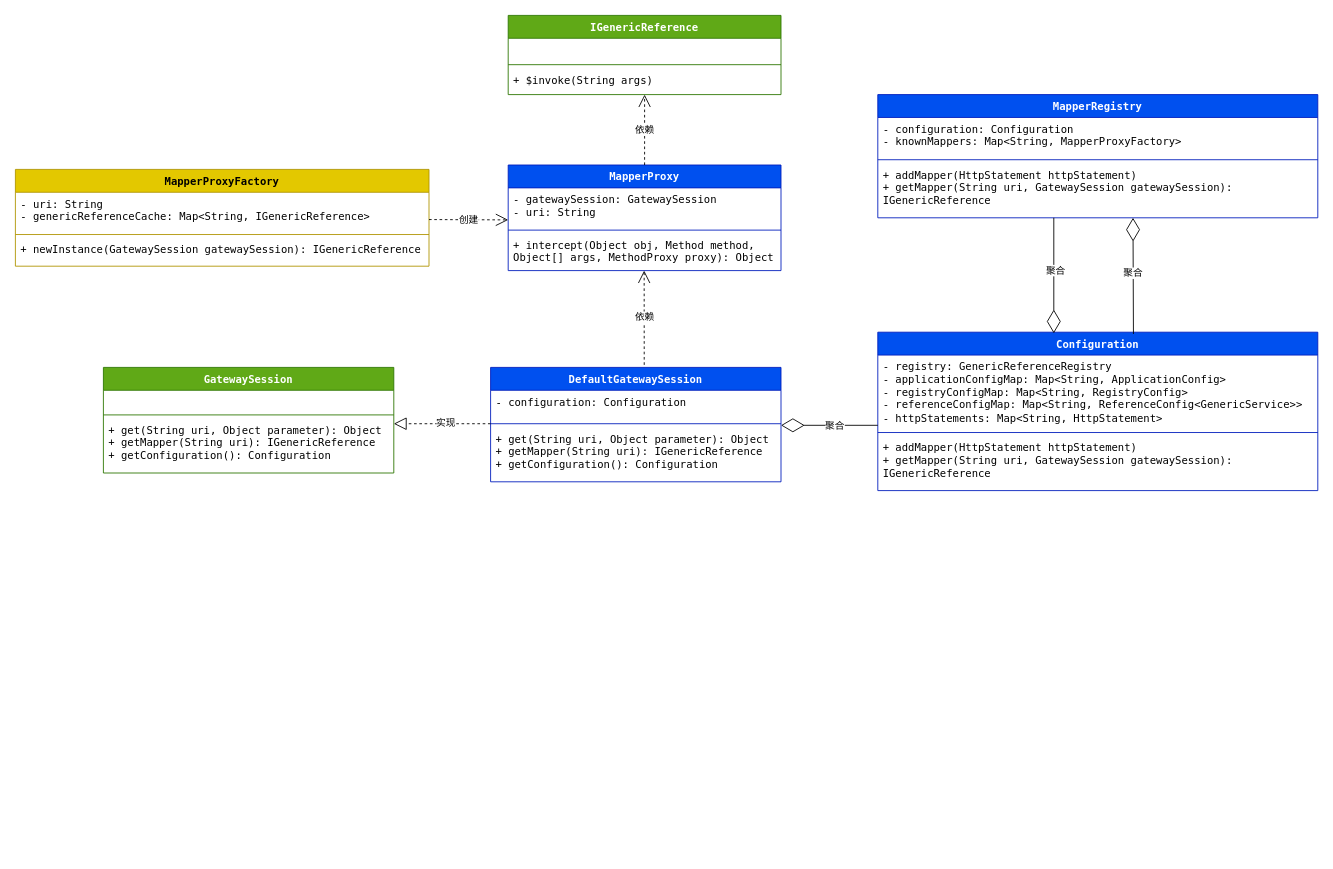
xqxls/UML keeps this draw.io diagram as api-gateway/分支处理会话流程.drawio. Above is the earlier version. Source tidied: cells renumbered, new cells numbered last; positions are measured from the earlier drawing's top-left corner, leaving out a move shared by most shapes. Both pictures are drawn from the tidied source at 88%, with x=0, y=0 at pixel (15, 15).
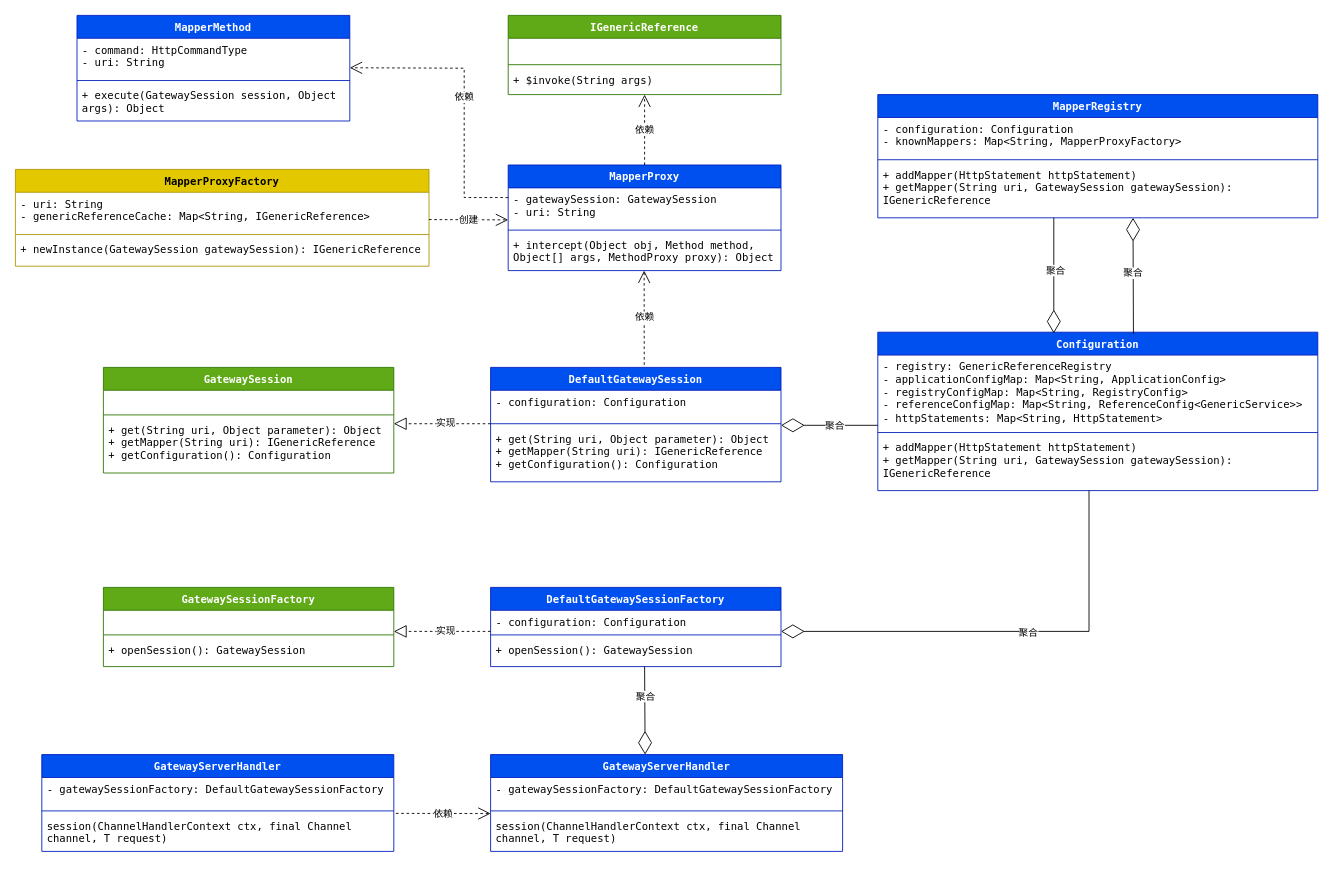
The same page after the edit.

Commit message:
更新分支处理会话流程.drawio

Unchanged cells that the change refers to:
```xml
<mxCell id="21" value="&lt;font face=&quot;Lucida Console&quot;&gt;+ addMapper(HttpStatement httpStatement)&lt;br&gt;+ getMapper(String uri, GatewaySession gatewaySession): IGenericReference&lt;/font&gt;" style="text;strokeColor=none;fillColor=none;align=left;verticalAlign=top;spacingLeft=4;spacingRight=4;overflow=hidden;points=[[0,0.5],[1,0.5]];portConstraint=eastwest;whiteSpace=wrap;html=1;" parent="18" vertex="1">
  <mxGeometry y="118" width="500" height="62" as="geometry" />
</mxCell>
```

Diff of the diagram source:
```diff
@@
+    <mxCell id="41" value="&lt;font face=&quot;Lucida Console&quot;&gt;GatewaySessionFactory&lt;/font&gt;" style="swimlane;fontStyle=1;align=center;verticalAlign=top;horizontal=1;startSize=26;whiteSpace=wrap;html=1;fillColor=#60a917;strokeColor=#2D7600;fontColor=#ffffff;" parent="1" vertex="1">
+      <mxGeometry x="100" y="650" width="330" height="90" as="geometry" />
+    </mxCell>
+    <mxCell id="42" value="&lt;font face=&quot;Lucida Console&quot;&gt;&amp;nbsp;&lt;/font&gt;" style="text;strokeColor=none;fillColor=none;align=left;verticalAlign=top;spacingLeft=4;spacingRight=4;overflow=hidden;whiteSpace=wrap;html=1;" parent="41" vertex="1">
+      <mxGeometry y="26" width="330" height="24" as="geometry" />
+    </mxCell>
+    <mxCell id="43" style="line;strokeWidth=1;fillColor=none;align=left;verticalAlign=middle;spacingTop=-1;spacingLeft=3;spacingRight=3;labelPosition=right;strokeColor=inherit;" parent="41" vertex="1">
+      <mxGeometry y="50" width="330" height="8" as="geometry" />
+    </mxCell>
+    <mxCell id="44" value="&lt;div&gt;&lt;font face=&quot;Lucida Console&quot;&gt;+&amp;nbsp;&lt;/font&gt;&lt;span style=&quot;background-color: initial;&quot;&gt;&lt;font face=&quot;Lucida Console&quot;&gt;openSession():&amp;nbsp;&lt;/font&gt;&lt;/span&gt;&lt;span style=&quot;background-color: initial;&quot;&gt;&lt;font face=&quot;Lucida Console&quot;&gt;GatewaySession&lt;/font&gt;&lt;/span&gt;&lt;span style=&quot;font-family: &amp;quot;Lucida Console&amp;quot;; background-color: initial;&quot;&gt;&amp;nbsp;&lt;/span&gt;&lt;/div&gt;" style="text;strokeColor=none;fillColor=none;align=left;verticalAlign=top;spacingLeft=4;spacingRight=4;overflow=hidden;whiteSpace=wrap;html=1;" parent="41" vertex="1">
+      <mxGeometry y="58" width="330" height="32" as="geometry" />
+    </mxCell>
+    <mxCell id="45" value="&lt;font face=&quot;Lucida Console&quot;&gt;DefaultGatewaySessionFactory&lt;/font&gt;" style="swimlane;fontStyle=1;align=center;verticalAlign=top;horizontal=1;startSize=26;whiteSpace=wrap;html=1;fillColor=#0050ef;strokeColor=#001DBC;fontColor=#ffffff;" parent="1" vertex="1">
+      <mxGeometry x="540" y="650" width="330" height="90" as="geometry" />
+    </mxCell>
+    <mxCell id="46" value="&lt;font face=&quot;Lucida Console&quot;&gt;- configuration: Configuration&lt;/font&gt;" style="text;strokeColor=none;fillColor=none;align=left;verticalAlign=top;spacingLeft=4;spacingRight=4;overflow=hidden;whiteSpace=wrap;html=1;" parent="45" vertex="1">
+      <mxGeometry y="26" width="330" height="24" as="geometry" />
+    </mxCell>
+    <mxCell id="47" style="line;strokeWidth=1;fillColor=none;align=left;verticalAlign=middle;spacingTop=-1;spacingLeft=3;spacingRight=3;labelPosition=right;strokeColor=inherit;" parent="45" vertex="1">
+      <mxGeometry y="50" width="330" height="8" as="geometry" />
+    </mxCell>
+    <mxCell id="48" value="&lt;div&gt;&lt;font face=&quot;Lucida Console&quot;&gt;+&amp;nbsp;&lt;/font&gt;&lt;span style=&quot;background-color: initial;&quot;&gt;&lt;font face=&quot;Lucida Console&quot;&gt;openSession():&amp;nbsp;&lt;/font&gt;&lt;/span&gt;&lt;span style=&quot;background-color: initial;&quot;&gt;&lt;font face=&quot;Lucida Console&quot;&gt;GatewaySession&lt;/font&gt;&lt;/span&gt;&lt;span style=&quot;font-family: &amp;quot;Lucida Console&amp;quot;; background-color: initial;&quot;&gt;&amp;nbsp;&lt;/span&gt;&lt;/div&gt;" style="text;strokeColor=none;fillColor=none;align=left;verticalAlign=top;spacingLeft=4;spacingRight=4;overflow=hidden;whiteSpace=wrap;html=1;" parent="45" vertex="1">
+      <mxGeometry y="58" width="330" height="32" as="geometry" />
+    </mxCell>
+    <mxCell id="49" style="endArrow=block;dashed=1;endFill=0;endSize=12;html=1;rounded=0;" parent="1" edge="1">
+      <mxGeometry relative="1" as="geometry">
+        <mxPoint x="540" y="700" as="sourcePoint" />
+        <mxPoint x="430" y="700" as="targetPoint" />
+      </mxGeometry>
+    </mxCell>
+    <mxCell id="50" value="实现" style="edgeLabel;html=1;align=center;verticalAlign=middle;" parent="49" vertex="1">
+      <mxGeometry x="-0.06" y="-2" relative="1" as="geometry" />
+    </mxCell>
+    <mxCell id="51" style="endArrow=diamondThin;endFill=0;endSize=24;html=1;rounded=0;exitX=0.48;exitY=1;exitDx=0;exitDy=0;exitPerimeter=0;" parent="1" edge="1" source="21">
+      <mxGeometry relative="1" as="geometry">
+        <mxPoint x="870" y="700" as="targetPoint" />
+        <Array as="points">
+          <mxPoint x="1220" y="700" />
+        </Array>
+      </mxGeometry>
+    </mxCell>
+    <mxCell id="52" value="聚合" style="edgeLabel;html=1;align=center;verticalAlign=middle;" parent="51" vertex="1">
+      <mxGeometry x="-0.1" y="1" relative="1" as="geometry" />
+    </mxCell>
+    <mxCell id="53" value="&lt;font face=&quot;Lucida Console&quot;&gt;GatewayServerHandler&lt;/font&gt;" style="swimlane;fontStyle=1;align=center;verticalAlign=top;horizontal=1;startSize=26;whiteSpace=wrap;html=1;fillColor=#0050ef;strokeColor=#001DBC;fontColor=#ffffff;" parent="1" vertex="1">
+      <mxGeometry x="540" y="840" width="400" height="110" as="geometry" />
+    </mxCell>
+    <mxCell id="54" value="&lt;font face=&quot;Lucida Console&quot;&gt;- gatewaySessionFactory:&amp;nbsp;DefaultGatewaySessionFactory&lt;/font&gt;" style="text;strokeColor=none;fillColor=none;align=left;verticalAlign=top;spacingLeft=4;spacingRight=4;overflow=hidden;whiteSpace=wrap;html=1;" parent="53" vertex="1">
+      <mxGeometry y="26" width="400" height="34" as="geometry" />
+    </mxCell>
+    <mxCell id="55" style="line;strokeWidth=1;fillColor=none;align=left;verticalAlign=middle;spacingTop=-1;spacingLeft=3;spacingRight=3;labelPosition=right;strokeColor=inherit;" parent="53" vertex="1">
+      <mxGeometry y="60" width="400" height="8" as="geometry" />
+    </mxCell>
+    <mxCell id="56" value="&lt;font face=&quot;Lucida Console&quot;&gt;session(ChannelHandlerContext ctx, final Channel channel, T request)&lt;/font&gt;" style="text;strokeColor=none;fillColor=none;align=left;verticalAlign=top;spacingLeft=4;spacingRight=4;overflow=hidden;whiteSpace=wrap;html=1;" parent="53" vertex="1">
+      <mxGeometry y="68" width="400" height="42" as="geometry" />
+    </mxCell>
+    <mxCell id="57" value="&lt;font face=&quot;Lucida Console&quot;&gt;GatewayServerHandler&lt;/font&gt;" style="swimlane;fontStyle=1;align=center;verticalAlign=top;horizontal=1;startSize=26;whiteSpace=wrap;html=1;fillColor=#0050ef;strokeColor=#001DBC;fontColor=#ffffff;" parent="1" vertex="1">
+      <mxGeometry x="30" y="840" width="400" height="110" as="geometry" />
+    </mxCell>
+    <mxCell id="58" value="&lt;font face=&quot;Lucida Console&quot;&gt;- gatewaySessionFactory:&amp;nbsp;DefaultGatewaySessionFactory&lt;/font&gt;" style="text;strokeColor=none;fillColor=none;align=left;verticalAlign=top;spacingLeft=4;spacingRight=4;overflow=hidden;whiteSpace=wrap;html=1;" parent="57" vertex="1">
+      <mxGeometry y="26" width="400" height="34" as="geometry" />
+    </mxCell>
+    <mxCell id="59" style="line;strokeWidth=1;fillColor=none;align=left;verticalAlign=middle;spacingTop=-1;spacingLeft=3;spacingRight=3;labelPosition=right;strokeColor=inherit;" parent="57" vertex="1">
+      <mxGeometry y="60" width="400" height="8" as="geometry" />
+    </mxCell>
+    <mxCell id="60" value="&lt;font face=&quot;Lucida Console&quot;&gt;session(ChannelHandlerContext ctx, final Channel channel, T request)&lt;/font&gt;" style="text;strokeColor=none;fillColor=none;align=left;verticalAlign=top;spacingLeft=4;spacingRight=4;overflow=hidden;points=[[0,0.5],[1,0.5]];portConstraint=eastwest;whiteSpace=wrap;html=1;" parent="57" vertex="1">
+      <mxGeometry y="68" width="400" height="42" as="geometry" />
+    </mxCell>
+    <mxCell id="61" style="endArrow=diamondThin;endFill=0;endSize=24;html=1;rounded=0;entryX=0.439;entryY=0;entryDx=0;entryDy=0;entryPerimeter=0;" parent="1" edge="1" target="53">
+      <mxGeometry relative="1" as="geometry">
+        <mxPoint x="715" y="740" as="sourcePoint" />
+      </mxGeometry>
+    </mxCell>
+    <mxCell id="62" value="聚合" style="edgeLabel;html=1;align=center;verticalAlign=middle;" parent="61" vertex="1">
+      <mxGeometry x="-0.1" y="1" relative="1" as="geometry">
+        <mxPoint x="-1" y="-11" as="offset" />
+      </mxGeometry>
+    </mxCell>
+    <mxCell id="63" value="依赖" style="endArrow=open;endSize=12;dashed=1;html=1;rounded=0;exitX=1.006;exitY=-0.029;exitDx=0;exitDy=0;exitPerimeter=0;" parent="1" edge="1" source="60">
+      <mxGeometry relative="1" as="geometry">
+        <mxPoint x="540" y="907" as="targetPoint" />
+      </mxGeometry>
+    </mxCell>
+    <mxCell id="64" value="&lt;font face=&quot;Lucida Console&quot;&gt;MapperMethod&lt;/font&gt;" style="swimlane;fontStyle=1;align=center;verticalAlign=top;horizontal=1;startSize=26;whiteSpace=wrap;html=1;fillColor=#0050ef;strokeColor=#001DBC;fontColor=#ffffff;" parent="1" vertex="1">
+      <mxGeometry x="70" width="310" height="120" as="geometry" />
+    </mxCell>
+    <mxCell id="65" value="&lt;font face=&quot;Lucida Console&quot;&gt;- command: HttpCommandType&lt;br&gt;- uri&lt;span style=&quot;background-color: initial;&quot;&gt;: String&lt;/span&gt;&lt;/font&gt;" style="text;strokeColor=none;fillColor=none;align=left;verticalAlign=top;spacingLeft=4;spacingRight=4;overflow=hidden;whiteSpace=wrap;html=1;" parent="64" vertex="1">
+      <mxGeometry y="26" width="310" height="44" as="geometry" />
+    </mxCell>
+    <mxCell id="66" style="line;strokeWidth=1;fillColor=none;align=left;verticalAlign=middle;spacingTop=-1;spacingLeft=3;spacingRight=3;labelPosition=right;strokeColor=inherit;" parent="64" vertex="1">
+      <mxGeometry y="70" width="310" height="8" as="geometry" />
+    </mxCell>
+    <mxCell id="67" value="&lt;font face=&quot;Lucida Console&quot;&gt;+ execute(GatewaySession session, Object args): Object&lt;/font&gt;" style="text;strokeColor=none;fillColor=none;align=left;verticalAlign=top;spacingLeft=4;spacingRight=4;overflow=hidden;whiteSpace=wrap;html=1;" parent="64" vertex="1">
+      <mxGeometry y="78" width="310" height="42" as="geometry" />
+    </mxCell>
+    <mxCell id="68" value="依赖" style="endArrow=open;endSize=12;dashed=1;html=1;rounded=0;" parent="1" edge="1">
+      <mxGeometry relative="1" as="geometry">
+        <mxPoint x="560" y="207" as="sourcePoint" />
+        <mxPoint x="380" y="59.5" as="targetPoint" />
+        <Array as="points">
+          <mxPoint x="510" y="207" />
+          <mxPoint x="510" y="60" />
+        </Array>
+      </mxGeometry>
+    </mxCell>
```
